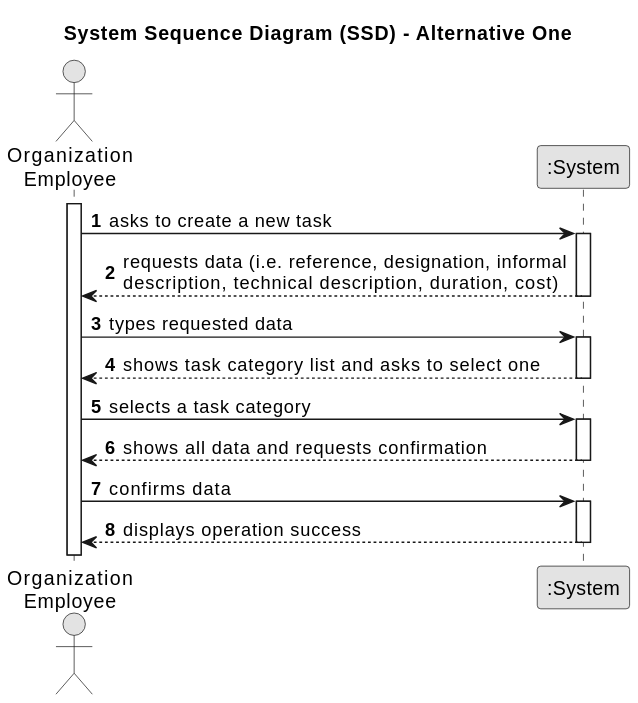
Earlier version of the PlantUML export docs/sprintA/us004/01.requirements-engineering/svg/us004-system-sequence-diagram-alternative-one.svg (1231360-ISEP/lei-24-s2-1db-g021).
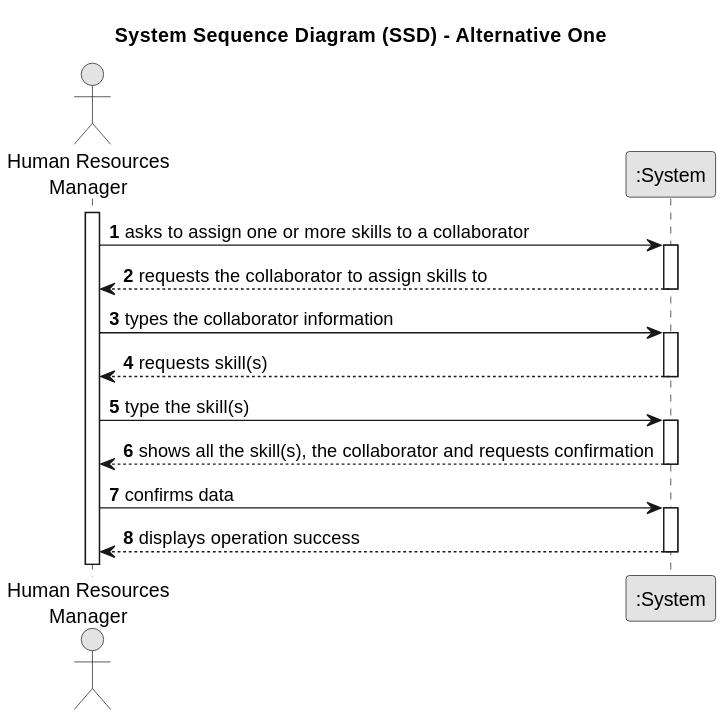
The same file after the commit.

The edit, as a diff of the source:
```diff
@@ -7,27 +7,27 @@
 
 autonumber
 
-actor "Organization\nEmployee" as Employee
+actor "Human Resources\nManager" as Employee
 participant ":System" as System
 
 activate Employee
 
-    Employee -> System : asks to create a new task
+    Employee -> System : asks to assign one or more skills to a collaborator
     activate System
 
-        System --> Employee : requests data (i.e. reference, designation, informal\ndescription, technical description, duration, cost)
+        System --> Employee : requests the collaborator to assign skills to
     deactivate System
 
-    Employee -> System : types requested data
+    Employee -> System : types the collaborator information
     activate System
 
-        System --> Employee : shows task category list and asks to select one
+        System --> Employee : requests skill(s)
     deactivate System
 
-    Employee -> System : selects a task category
+    Employee -> System : type the skill(s)
     activate System
 
-        System --> Employee : shows all data and requests confirmation
+        System --> Employee : shows all the skill(s), the collaborator and requests confirmation
     deactivate System
 
     Employee -> System : confirms data
```
